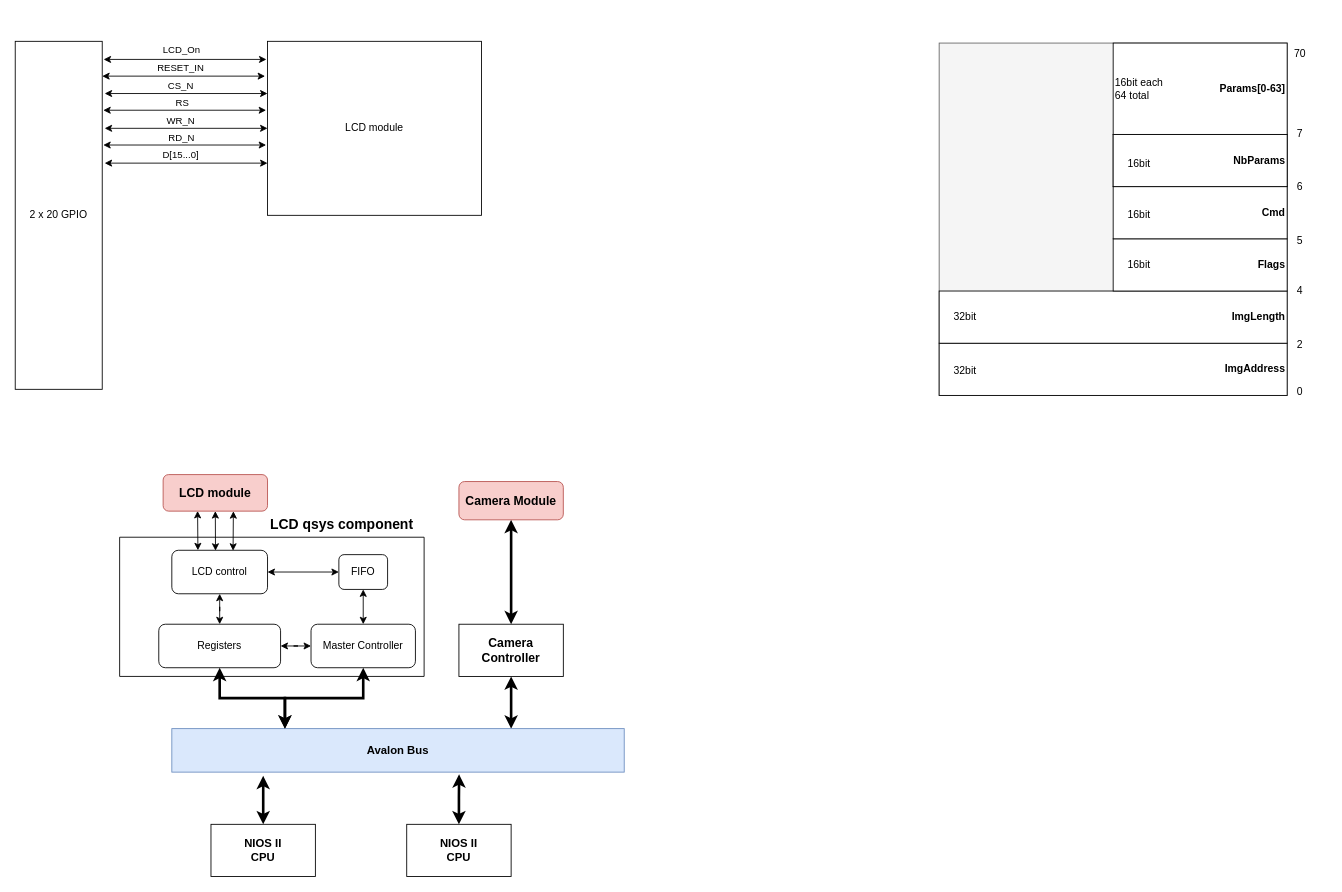
Above: page "Page-1" (1 of 4) of Lab3/blockdiagrams.drawio in jsilveira1409/CS-473-Embedded-systems (draw.io), before the change. Source tidied: cells renumbered, new cells numbered last; positions are measured from the earlier drawing's top-left corner, leaving out a move shared by most shapes. Both pictures are drawn from the tidied source at 87%, with x=0, y=0 at pixel (15, 41).
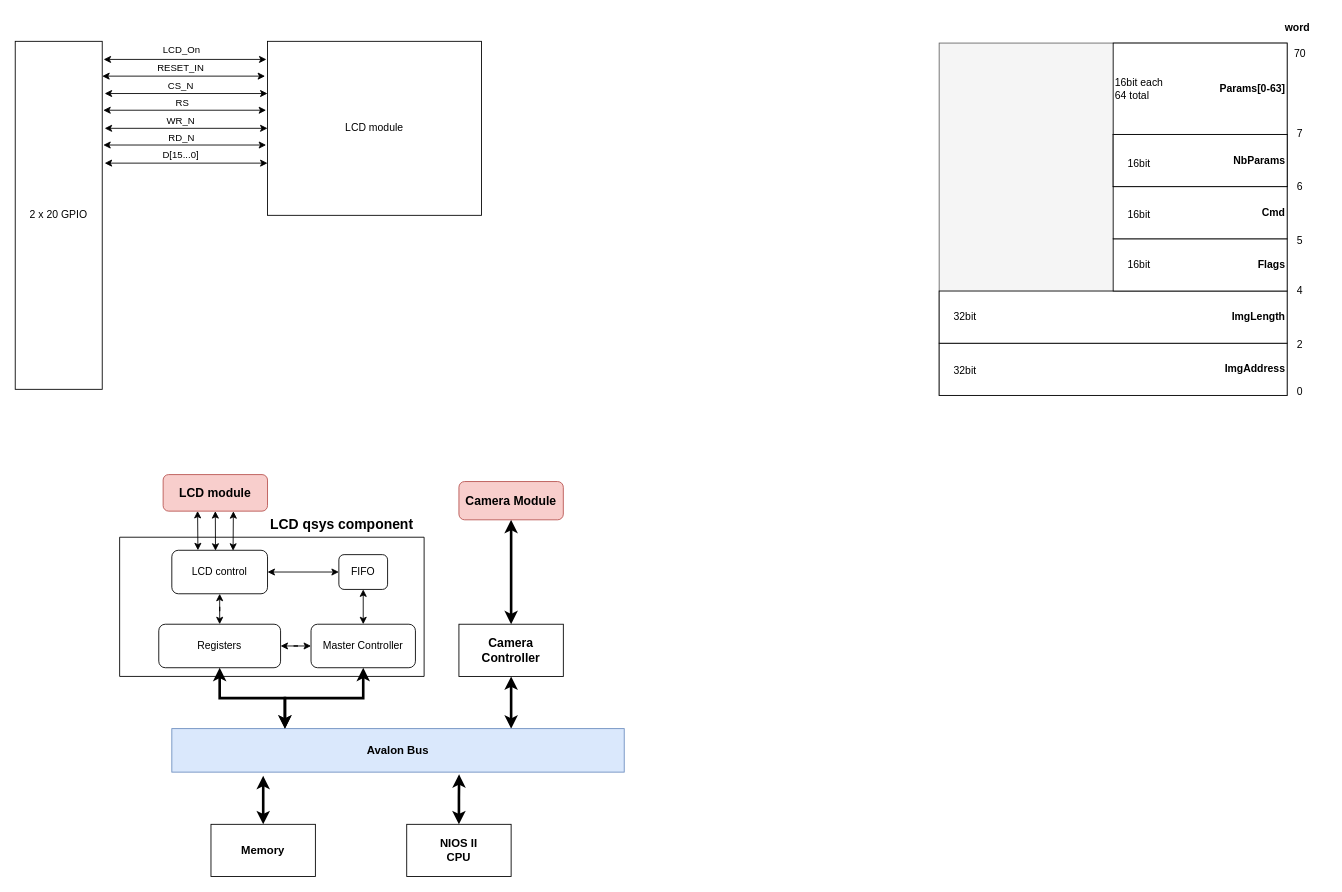
The same page after the edit.

The edit, as a diff of the source:
```diff
@@
-    <mxCell id="36" value="NIOS II&lt;br&gt;CPU" style="rounded=0;whiteSpace=wrap;html=1;fontSize=13;fontStyle=1;" parent="1" vertex="1">
+    <mxCell id="36" value="Memory" style="rounded=0;whiteSpace=wrap;html=1;fontSize=13;fontStyle=1;" parent="1" vertex="1">
       <mxGeometry x="225" y="900" width="120" height="60" as="geometry" />
     </mxCell>
@@
+    <mxCell id="64" value="word" style="text;html=1;strokeColor=none;fillColor=none;align=center;verticalAlign=middle;whiteSpace=wrap;rounded=0;fontStyle=1;" parent="1" vertex="1">
+      <mxGeometry x="1444" y="-30" width="60" height="30" as="geometry" />
+    </mxCell>
```
